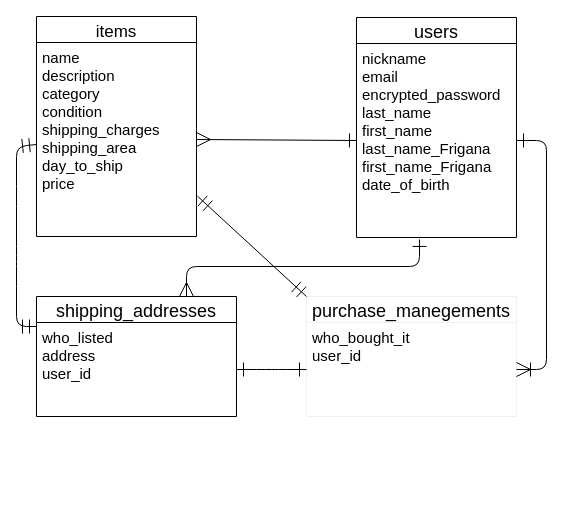
The draw.io diagram test.dio in kazupin0930/furima-34016, before the edit. Source tidied: cells renumbered, new cells numbered last; positions are measured from the earlier drawing's top-left corner, leaving out a move shared by most shapes. Both pictures are drawn from the tidied source at 100%, with x=0, y=0 at pixel (16, 16).
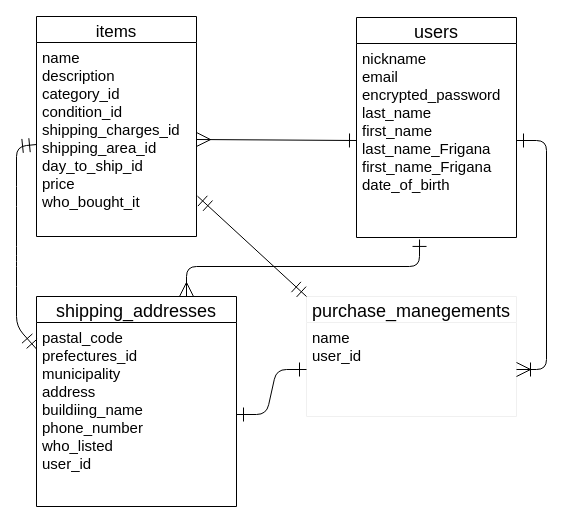
Above is the later version.

Unchanged cells that the change refers to:
```xml
<mxCell id="3" value="purchase_manegements" style="swimlane;fontStyle=0;horizontal=1;startSize=26;align=center;fontSize=18;strokeColor=#F0F0F0;" parent="1" vertex="1">
  <mxGeometry x="290" y="280" width="210" height="120" as="geometry" />
</mxCell>
<mxCell id="15" value="items" style="swimlane;fontStyle=0;horizontal=1;startSize=26;align=center;fontSize=17;" parent="1" vertex="1">
  <mxGeometry x="20" width="160" height="220" as="geometry" />
</mxCell>
```

Diff of the diagram source:
```diff
@@
-    <mxCell id="4" value="who_bought_it&#10;user_id" style="text;strokeColor=none;fillColor=none;spacingLeft=4;spacingRight=4;overflow=hidden;points=[[0,0.5],[1,0.5]];portConstraint=eastwest;fontSize=15;" parent="3" vertex="1">
+    <mxCell id="4" value="name&#10;user_id" style="text;strokeColor=none;fillColor=none;spacingLeft=4;spacingRight=4;overflow=hidden;points=[[0,0.5],[1,0.5]];portConstraint=eastwest;fontSize=15;" parent="3" vertex="1">
       <mxGeometry y="26" width="210" height="94" as="geometry" />
     </mxCell>
@@
     <mxCell id="7" value="shipping_addresses" style="swimlane;fontStyle=0;horizontal=1;startSize=26;align=center;fontSize=18;" parent="1" vertex="1">
-      <mxGeometry x="20" y="280" width="200" height="120" as="geometry" />
+      <mxGeometry x="20" y="280" width="200" height="210" as="geometry" />
     </mxCell>
-    <mxCell id="8" value="who_listed&#10;address&#10;user_id" style="text;strokeColor=none;fillColor=none;spacingLeft=4;spacingRight=4;overflow=hidden;points=[[0,0.5],[1,0.5]];portConstraint=eastwest;fontSize=15;" parent="7" vertex="1">
-      <mxGeometry y="26" width="200" height="94" as="geometry" />
+    <mxCell id="8" value="pastal_code&#10;prefectures_id&#10;municipality&#10;address&#10;buildiing_name&#10;phone_number&#10;who_listed&#10;user_id" style="text;strokeColor=none;fillColor=none;spacingLeft=4;spacingRight=4;overflow=hidden;points=[[0,0.5],[1,0.5]];portConstraint=eastwest;fontSize=15;" parent="7" vertex="1">
+      <mxGeometry y="26" width="200" height="184" as="geometry" />
     </mxCell>
@@
-    <mxCell id="16" value="name&#10;description&#10;category&#10;condition&#10;shipping_charges&#10;shipping_area&#10;day_to_ship&#10;price" style="text;strokeColor=none;fillColor=none;spacingLeft=4;spacingRight=4;overflow=hidden;points=[[0,0.5],[1,0.5]];portConstraint=eastwest;fontSize=15;" parent="15" vertex="1">
+    <mxCell id="16" value="name&#10;description&#10;category_id&#10;condition_id&#10;shipping_charges_id&#10;shipping_area_id&#10;day_to_ship_id&#10;price&#10;who_bought_it" style="text;strokeColor=none;fillColor=none;spacingLeft=4;spacingRight=4;overflow=hidden;points=[[0,0.5],[1,0.5]];portConstraint=eastwest;fontSize=15;verticalAlign=top;" parent="15" vertex="1">
       <mxGeometry y="26" width="160" height="194" as="geometry" />
     </mxCell>
```
